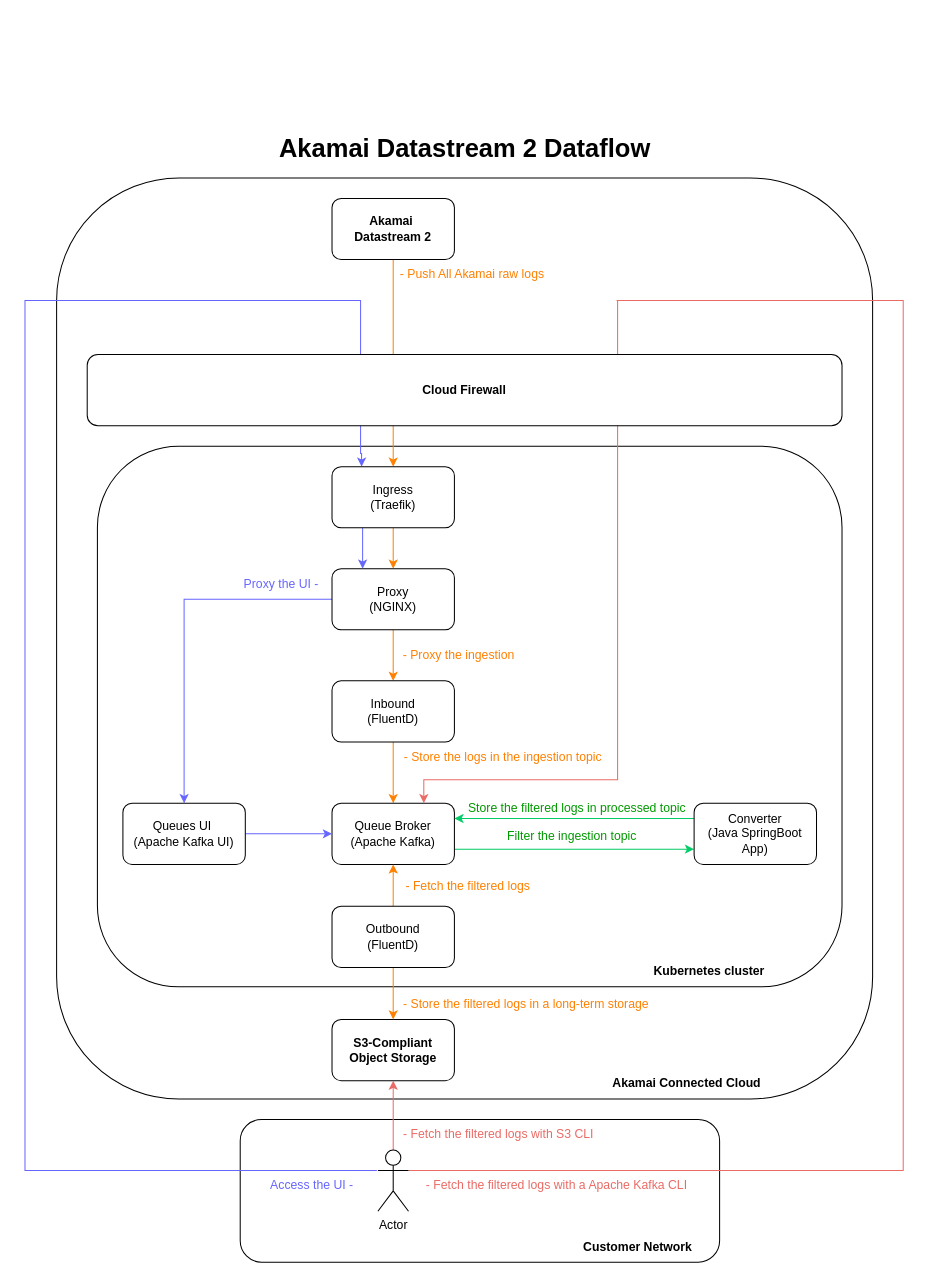
Above: architecture.drawio in fvilarinho/akamai-ds2-dataflow (draw.io), before the change. Source tidied: cells renumbered, new cells numbered last; positions are measured from the earlier drawing's top-left corner, leaving out a move shared by most shapes. Both pictures are drawn from the tidied source at 102%, with x=0, y=0 at pixel (24, 126).
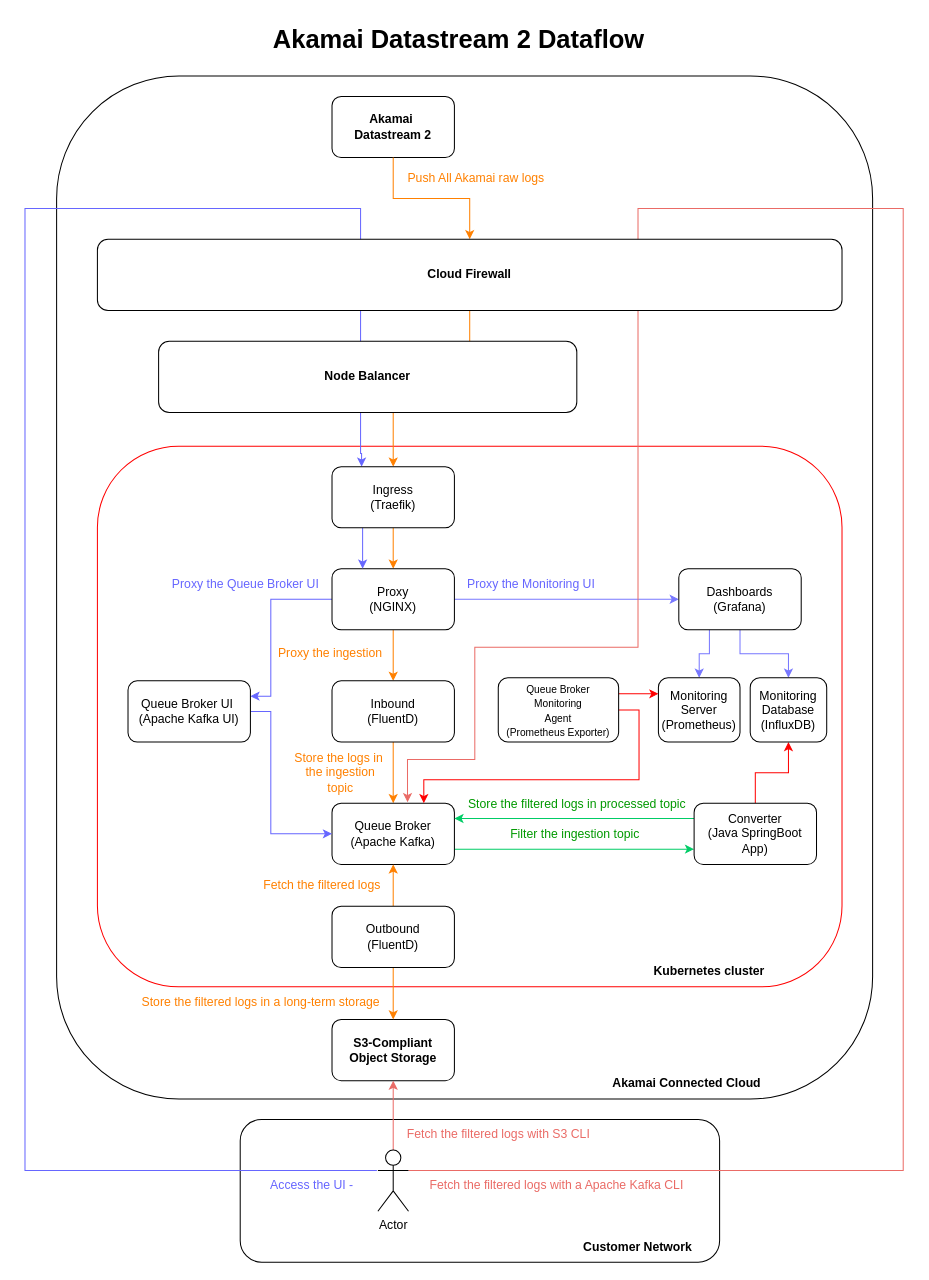
After the change.

Unchanged cells that the change refers to:
```xml
<mxCell id="10" value="Proxy&lt;div&gt;(NGINX)&lt;/div&gt;" style="rounded=1;whiteSpace=wrap;html=1;" parent="1" vertex="1">
  <mxGeometry x="301" y="433" width="120" height="60" as="geometry" />
</mxCell>
<mxCell id="14" value="Queue Broker&lt;div&gt;(Apache Kafka)&lt;/div&gt;" style="rounded=1;whiteSpace=wrap;html=1;" parent="1" vertex="1">
  <mxGeometry x="301" y="663" width="120" height="60" as="geometry" />
</mxCell>
<mxCell id="16" value="Converter&lt;div&gt;(Java SpringBoot App)&lt;/div&gt;" style="rounded=1;whiteSpace=wrap;html=1;" parent="1" vertex="1">
  <mxGeometry x="656" y="663" width="120" height="60" as="geometry" />
</mxCell>
<mxCell id="24" value="Actor" style="shape=umlActor;verticalLabelPosition=bottom;verticalAlign=top;html=1;" parent="1" vertex="1">
  <mxGeometry x="346" y="1003" width="30" height="60" as="geometry" />
</mxCell>
<mxCell id="38" value="Ingress&lt;div&gt;(Traefik)&lt;/div&gt;" style="rounded=1;whiteSpace=wrap;html=1;" parent="1" vertex="1">
  <mxGeometry x="301" y="333" width="120" height="60" as="geometry" />
</mxCell>
```

Diff of the diagram source:
```diff
@@
     <mxCell id="2" style="rounded=1;whiteSpace=wrap;html=1;fillColor=none;" parent="1" vertex="1">
-      <mxGeometry x="31" y="50" width="800" height="903" as="geometry" />
+      <mxGeometry x="31" y="-50" width="800" height="1003" as="geometry" />
     </mxCell>
@@
-    <mxCell id="4" style="rounded=1;whiteSpace=wrap;html=1;fillColor=none;" parent="1" vertex="1">
+    <mxCell id="4" style="rounded=1;whiteSpace=wrap;html=1;fillColor=none;strokeColor=light-dark(#ff0000, #ededed);" parent="1" vertex="1">
       <mxGeometry x="71" y="313" width="730" height="530" as="geometry" />
     </mxCell>
@@
-    <mxCell id="6" style="edgeStyle=orthogonalEdgeStyle;rounded=0;jettySize=auto;html=1;exitX=0.5;exitY=1;exitDx=0;exitDy=0;strokeColor=#FF8000;" parent="1" edge="1" source="7" target="38">
+    <mxCell id="6" style="edgeStyle=orthogonalEdgeStyle;rounded=0;jettySize=auto;html=1;exitX=0.5;exitY=1;exitDx=0;exitDy=0;strokeColor=#FF8000;" parent="1" edge="1" source="49" target="38">
       <mxGeometry relative="1" as="geometry" />
     </mxCell>
     <mxCell id="7" value="Akamai&amp;nbsp;&lt;div&gt;Datastream 2&lt;/div&gt;" style="rounded=1;whiteSpace=wrap;html=1;fontStyle=1;" parent="1" vertex="1">
-      <mxGeometry x="301" y="70" width="120" height="60" as="geometry" />
+      <mxGeometry x="301" y="-30" width="120" height="60" as="geometry" />
     </mxCell>
@@
-    <mxCell id="9" style="edgeStyle=orthogonalEdgeStyle;rounded=0;jettySize=auto;html=1;entryX=0.5;entryY=0;entryDx=0;entryDy=0;strokeColor=#6666FF;" parent="1" edge="1" source="10" target="27">
-      <mxGeometry relative="1" as="geometry" />
+    <mxCell id="9" style="edgeStyle=orthogonalEdgeStyle;rounded=0;jettySize=auto;html=1;entryX=1;entryY=0.25;entryDx=0;entryDy=0;strokeColor=light-dark(#6666ff, #ededed);exitX=0;exitY=0.5;exitDx=0;exitDy=0;" parent="1" edge="1" source="10" target="27">
+      <mxGeometry relative="1" as="geometry">
+        <Array as="points">
+          <mxPoint x="241" y="463" />
+          <mxPoint x="241" y="558" />
+        </Array>
+      </mxGeometry>
     </mxCell>
+    <mxCell id="46" style="edgeStyle=orthogonalEdgeStyle;rounded=0;jettySize=auto;html=1;entryX=0;entryY=0.5;entryDx=0;entryDy=0;strokeColor=light-dark(#7777ff, #ededed);" parent="1" edge="1" source="10" target="52">
+      <mxGeometry relative="1" as="geometry" />
+    </mxCell>
@@
+    <mxCell id="47" style="edgeStyle=orthogonalEdgeStyle;rounded=0;jettySize=auto;html=1;strokeColor=light-dark(#ff0000, #ededed);" parent="1" edge="1" source="16" target="53">
+      <mxGeometry relative="1" as="geometry" />
+    </mxCell>
@@
-    <mxCell id="18" value="- Proxy the ingestion" style="text;html=1;align=center;verticalAlign=middle;strokeColor=none;fillColor=none;fontColor=#FF8000;" parent="1" vertex="1">
-      <mxGeometry x="360" y="503" width="130" height="30" as="geometry" />
+    <mxCell id="18" value="Proxy the ingestion" style="text;html=1;align=center;verticalAlign=middle;strokeColor=none;fillColor=none;fontColor=#FF8000;" parent="1" vertex="1">
+      <mxGeometry x="234" y="501" width="130" height="30" as="geometry" />
     </mxCell>
-    <mxCell id="19" value="- Store the logs in the ingestion topic&amp;nbsp;" style="text;html=1;align=center;verticalAlign=middle;strokeColor=none;fillColor=none;fontColor=#FF8000;" parent="1" vertex="1">
-      <mxGeometry x="360" y="603" width="220" height="30" as="geometry" />
+    <mxCell id="19" value="Store the logs in&amp;nbsp;&lt;div&gt;the ingestion&lt;/div&gt;&lt;div&gt;&amp;nbsp;topic&amp;nbsp;&lt;/div&gt;" style="text;html=1;align=center;verticalAlign=middle;strokeColor=none;fillColor=none;fontColor=#FF8000;" parent="1" vertex="1">
+      <mxGeometry x="254" y="603" width="110" height="60" as="geometry" />
     </mxCell>
     <mxCell id="20" value="Store the filtered logs in processed topic" style="text;html=1;align=center;verticalAlign=middle;strokeColor=none;fillColor=none;fontColor=#009900;rotation=0;" parent="1" vertex="1">
-      <mxGeometry x="421" y="653" width="240" height="30" as="geometry" />
+      <mxGeometry x="421" y="649" width="240" height="30" as="geometry" />
     </mxCell>
@@
     <mxCell id="22" style="edgeStyle=orthogonalEdgeStyle;rounded=0;orthogonalLoop=1;jettySize=auto;html=1;entryX=0.25;entryY=0;entryDx=0;entryDy=0;strokeColor=#6666FF;" parent="1" edge="1">
       <mxGeometry relative="1" as="geometry">
         <mxPoint x="345" y="1023" as="sourcePoint" />
         <mxPoint x="330" y="333" as="targetPoint" />
         <Array as="points">
           <mxPoint y="1023" />
-          <mxPoint y="170" />
-          <mxPoint x="329" y="170" />
+          <mxPoint y="80" />
+          <mxPoint x="329" y="80" />
           <mxPoint x="329" y="320" />
           <mxPoint x="330" y="320" />
         </Array>
       </mxGeometry>
     </mxCell>
-    <mxCell id="23" style="edgeStyle=orthogonalEdgeStyle;rounded=0;jettySize=auto;html=1;strokeColor=#EA6B66;endArrow=none;startFill=0;" parent="1" edge="1" source="24">
+    <mxCell id="23" style="edgeStyle=orthogonalEdgeStyle;rounded=0;jettySize=auto;html=1;strokeColor=#EA6B66;endArrow=classic;startFill=0;entryX=0.617;entryY=-0.017;entryDx=0;entryDy=0;entryPerimeter=0;startArrow=none;endFill=1;" parent="1" edge="1" source="24" target="14">
       <mxGeometry relative="1" as="geometry">
-        <mxPoint x="581" y="170" as="targetPoint" />
         <Array as="points">
           <mxPoint x="861" y="1023" />
-          <mxPoint x="861" y="170" />
-          <mxPoint x="580" y="170" />
+          <mxPoint x="861" y="80" />
+          <mxPoint x="601" y="80" />
+          <mxPoint x="601" y="510" />
+          <mxPoint x="441" y="510" />
+          <mxPoint x="441" y="620" />
+          <mxPoint x="375" y="620" />
         </Array>
       </mxGeometry>
     </mxCell>
@@
-    <mxCell id="25" value="- Fetch the filtered logs with S3 CLI" style="text;html=1;align=center;verticalAlign=middle;strokeColor=none;fillColor=none;fontColor=#EA6B66;" parent="1" vertex="1">
-      <mxGeometry x="359" y="973" width="210" height="30" as="geometry" />
+    <mxCell id="25" value="Fetch the filtered logs with S3 CLI" style="text;html=1;align=center;verticalAlign=middle;strokeColor=none;fillColor=none;fontColor=#EA6B66;" parent="1" vertex="1">
+      <mxGeometry x="364" y="973" width="200" height="30" as="geometry" />
     </mxCell>
     <mxCell id="26" style="edgeStyle=orthogonalEdgeStyle;rounded=0;jettySize=auto;html=1;entryX=0;entryY=0.5;entryDx=0;entryDy=0;strokeColor=#6666FF;" parent="1" edge="1" source="27" target="14">
-      <mxGeometry relative="1" as="geometry" />
+      <mxGeometry relative="1" as="geometry">
+        <Array as="points">
+          <mxPoint x="241" y="573" />
+          <mxPoint x="241" y="693" />
+        </Array>
+      </mxGeometry>
     </mxCell>
-    <mxCell id="27" value="&lt;div&gt;Queues UI&amp;nbsp;&lt;/div&gt;&lt;div&gt;(Apache Kafka UI)&lt;/div&gt;" style="rounded=1;whiteSpace=wrap;html=1;" parent="1" vertex="1">
-      <mxGeometry x="96" y="663" width="120" height="60" as="geometry" />
+    <mxCell id="27" value="&lt;div&gt;Queue Broker UI&amp;nbsp;&lt;/div&gt;&lt;div&gt;(Apache Kafka UI)&lt;/div&gt;" style="rounded=1;whiteSpace=wrap;html=1;" parent="1" vertex="1">
+      <mxGeometry x="101" y="543" width="120" height="60" as="geometry" />
     </mxCell>
-    <mxCell id="28" value="&lt;font color=&quot;#6666ff&quot;&gt;Proxy the UI -&lt;/font&gt;" style="text;html=1;align=center;verticalAlign=middle;strokeColor=none;fillColor=none;fontColor=default;" parent="1" vertex="1">
-      <mxGeometry x="201" y="433" width="100" height="30" as="geometry" />
+    <mxCell id="28" value="&lt;font color=&quot;#6666ff&quot;&gt;Proxy the Queue Broker UI&lt;/font&gt;" style="text;html=1;align=center;verticalAlign=middle;strokeColor=none;fillColor=none;fontColor=default;" parent="1" vertex="1">
+      <mxGeometry x="131" y="432.5" width="170" height="30" as="geometry" />
     </mxCell>
@@
-    <mxCell id="32" value="- Push All Akamai raw logs" style="text;html=1;align=left;verticalAlign=middle;strokeColor=none;fillColor=none;fontColor=#FF8000;" parent="1" vertex="1">
-      <mxGeometry x="366" y="130" width="160" height="30" as="geometry" />
+    <mxCell id="32" value="Push All Akamai raw logs" style="text;html=1;align=center;verticalAlign=middle;strokeColor=none;fillColor=none;fontColor=#FF8000;" parent="1" vertex="1">
+      <mxGeometry x="362" y="35" width="160" height="30" as="geometry" />
     </mxCell>
-    <mxCell id="33" value="- Fetch the filtered logs" style="text;html=1;align=center;verticalAlign=middle;strokeColor=none;fillColor=none;fontColor=#FF8000;" parent="1" vertex="1">
-      <mxGeometry x="359" y="730" width="150" height="30" as="geometry" />
+    <mxCell id="33" value="Fetch the filtered logs" style="text;html=1;align=center;verticalAlign=middle;strokeColor=none;fillColor=none;fontColor=#FF8000;" parent="1" vertex="1">
+      <mxGeometry x="221" y="729" width="140" height="30" as="geometry" />
     </mxCell>
     <mxCell id="34" value="Filter the ingestion topic" style="text;html=1;align=center;verticalAlign=middle;strokeColor=none;fillColor=none;fontColor=#009900;" parent="1" vertex="1">
-      <mxGeometry x="461" y="681" width="150" height="30" as="geometry" />
+      <mxGeometry x="464" y="679" width="150" height="30" as="geometry" />
     </mxCell>
-    <mxCell id="35" value="- Store the filtered logs in a long-term storage" style="text;html=1;align=center;verticalAlign=middle;strokeColor=none;fillColor=none;fontColor=#FF8000;" parent="1" vertex="1">
-      <mxGeometry x="361" y="845" width="260" height="30" as="geometry" />
+    <mxCell id="35" value="Store the filtered logs in a long-term storage" style="text;html=1;align=center;verticalAlign=middle;strokeColor=none;fillColor=none;fontColor=#FF8000;" parent="1" vertex="1">
+      <mxGeometry x="101" y="843" width="260" height="30" as="geometry" />
     </mxCell>
@@
-    <mxCell id="39" style="edgeStyle=orthogonalEdgeStyle;rounded=0;jettySize=auto;html=1;entryX=0.75;entryY=0;entryDx=0;entryDy=0;strokeColor=#EA6B66;" parent="1" edge="1" target="14">
-      <mxGeometry relative="1" as="geometry">
-        <mxPoint x="580" y="170" as="sourcePoint" />
-        <Array as="points">
-          <mxPoint x="581" y="170" />
-          <mxPoint x="581" y="640" />
-          <mxPoint x="391" y="640" />
-        </Array>
-      </mxGeometry>
-    </mxCell>
-    <mxCell id="40" value="- Fetch the filtered logs with a Apache Kafka CLI" style="text;html=1;align=center;verticalAlign=middle;strokeColor=none;fillColor=none;fontColor=#EA6B66;" parent="1" vertex="1">
-      <mxGeometry x="381" y="1023" width="280" height="30" as="geometry" />
+    <mxCell id="40" value="Fetch the filtered logs with a Apache Kafka CLI" style="text;html=1;align=center;verticalAlign=middle;strokeColor=none;fillColor=none;fontColor=#EA6B66;" parent="1" vertex="1">
+      <mxGeometry x="386" y="1023" width="270" height="30" as="geometry" />
     </mxCell>
@@
-    <mxCell id="42" value="Cloud Firewall" style="rounded=1;whiteSpace=wrap;html=1;fontStyle=1;" parent="1" vertex="1">
-      <mxGeometry x="61" y="223" width="740" height="70" as="geometry" />
+    <mxCell id="42" value="Node Balancer" style="rounded=1;whiteSpace=wrap;html=1;fontStyle=1;" parent="1" vertex="1">
+      <mxGeometry x="131" y="210" width="410" height="70" as="geometry" />
     </mxCell>
@@
     <mxCell id="45" value="Akamai Datastream 2 Dataflow" style="text;html=1;align=center;verticalAlign=middle;strokeColor=none;fillColor=none;fontSize=25;fontStyle=1;" parent="1" vertex="1">
-      <mxGeometry x="236" width="390" height="40" as="geometry" />
+      <mxGeometry x="230" y="-107" width="390" height="40" as="geometry" />
     </mxCell>
+    <mxCell id="48" style="edgeStyle=orthogonalEdgeStyle;rounded=0;jettySize=auto;html=1;exitX=0.5;exitY=1;exitDx=0;exitDy=0;strokeColor=#FF8000;" parent="1" edge="1" source="7" target="49">
+      <mxGeometry relative="1" as="geometry" />
+    </mxCell>
+    <mxCell id="49" value="Cloud Firewall" style="rounded=1;whiteSpace=wrap;html=1;fontStyle=1;" parent="1" vertex="1">
+      <mxGeometry x="71" y="110" width="730" height="70" as="geometry" />
+    </mxCell>
+    <mxCell id="50" style="edgeStyle=orthogonalEdgeStyle;rounded=0;jettySize=auto;html=1;entryX=0.5;entryY=0;entryDx=0;entryDy=0;strokeColor=light-dark(#7777ff, #ededed);" parent="1" edge="1" source="52" target="53">
+      <mxGeometry relative="1" as="geometry" />
+    </mxCell>
+    <mxCell id="51" style="edgeStyle=orthogonalEdgeStyle;rounded=0;jettySize=auto;html=1;exitX=0.25;exitY=1;exitDx=0;exitDy=0;entryX=0.5;entryY=0;entryDx=0;entryDy=0;strokeColor=light-dark(#7777ff, #ededed);" parent="1" edge="1" source="52" target="54">
+      <mxGeometry relative="1" as="geometry" />
+    </mxCell>
+    <mxCell id="52" value="&lt;div&gt;Dashboards&lt;/div&gt;&lt;div&gt;(Grafana)&lt;/div&gt;" style="rounded=1;whiteSpace=wrap;html=1;" parent="1" vertex="1">
+      <mxGeometry x="641" y="433" width="120" height="60" as="geometry" />
+    </mxCell>
+    <mxCell id="53" value="&lt;div&gt;Monitoring Database&lt;/div&gt;&lt;div&gt;(InfluxDB)&lt;/div&gt;" style="rounded=1;whiteSpace=wrap;html=1;" parent="1" vertex="1">
+      <mxGeometry x="711" y="540" width="75" height="63" as="geometry" />
+    </mxCell>
+    <mxCell id="54" value="Monitoring Server&lt;div&gt;(Prometheus)&lt;/div&gt;" style="rounded=1;whiteSpace=wrap;html=1;" parent="1" vertex="1">
+      <mxGeometry x="621" y="540" width="80" height="63" as="geometry" />
+    </mxCell>
+    <mxCell id="55" style="edgeStyle=orthogonalEdgeStyle;rounded=0;jettySize=auto;html=1;exitX=1;exitY=0.25;exitDx=0;exitDy=0;entryX=0;entryY=0.25;entryDx=0;entryDy=0;strokeColor=light-dark(#ff0000, #ededed);" parent="1" edge="1" source="57" target="54">
+      <mxGeometry relative="1" as="geometry" />
+    </mxCell>
+    <mxCell id="56" style="edgeStyle=orthogonalEdgeStyle;rounded=0;jettySize=auto;html=1;exitX=1;exitY=0.5;exitDx=0;exitDy=0;entryX=0.75;entryY=0;entryDx=0;entryDy=0;strokeColor=#FF0000;" parent="1" edge="1" source="57" target="14">
+      <mxGeometry relative="1" as="geometry">
+        <Array as="points">
+          <mxPoint x="602" y="572" />
+          <mxPoint x="602" y="640" />
+          <mxPoint x="391" y="640" />
+        </Array>
+      </mxGeometry>
+    </mxCell>
+    <mxCell id="57" value="&lt;font style=&quot;font-size: 10px;&quot;&gt;Queue Broker&lt;/font&gt;&lt;div&gt;&lt;font style=&quot;font-size: 10px;&quot;&gt;Monitoring&lt;/font&gt;&lt;/div&gt;&lt;div&gt;&lt;font style=&quot;font-size: 10px;&quot;&gt;Agent&lt;/font&gt;&lt;/div&gt;&lt;div&gt;&lt;font style=&quot;font-size: 10px;&quot;&gt;(Prometheus Exporter)&lt;/font&gt;&lt;/div&gt;" style="rounded=1;whiteSpace=wrap;html=1;" parent="1" vertex="1">
+      <mxGeometry x="464" y="540" width="118" height="63" as="geometry" />
+    </mxCell>
+    <mxCell id="58" value="&lt;font color=&quot;#6666ff&quot;&gt;Proxy the Monitoring UI&lt;/font&gt;" style="text;html=1;align=center;verticalAlign=middle;strokeColor=none;fillColor=none;fontColor=default;" parent="1" vertex="1">
+      <mxGeometry x="421" y="433" width="150" height="30" as="geometry" />
+    </mxCell>
```
